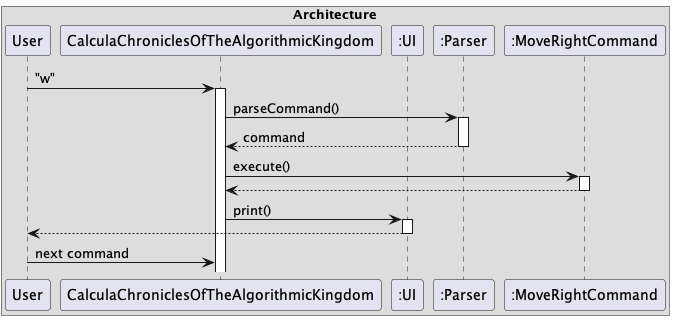
This is picture/ArchitectureSequenceDiagram.png from aaravrawal52/tp, a PlantUML export, as it was before one commit.
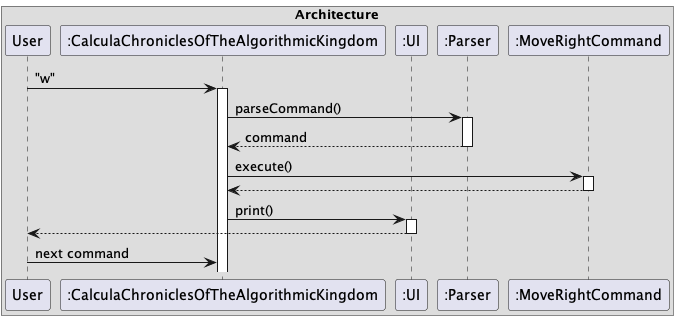
Above is the later version.

What changed in the source:
```diff
@@ -1,7 +1,7 @@
 @startuml
 box Architecture
 participant "User" as user
-participant "CalculaChroniclesOfTheAlgorithmicKingdom" as main
+participant ":CalculaChroniclesOfTheAlgorithmicKingdom" as main
 participant ":UI" as ui
 participant ":Parser" as parser
 participant ":MoveRightCommand" as command
```
